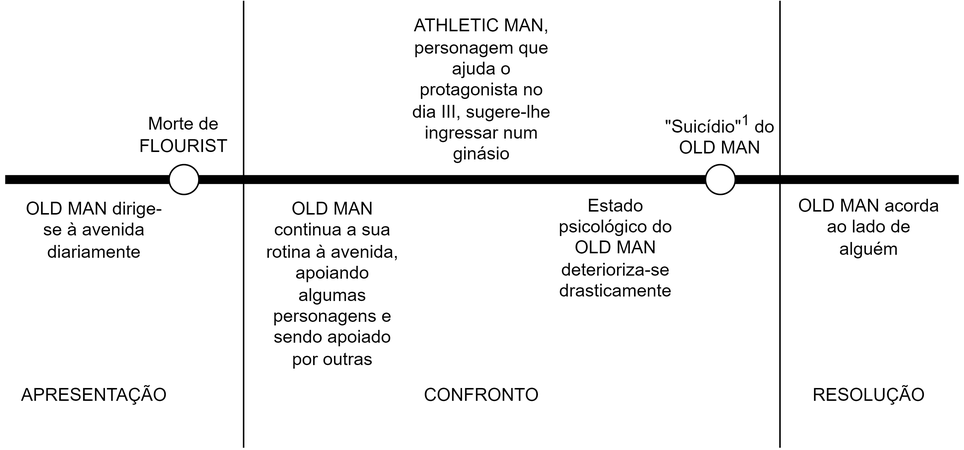
Anth0nyPereira/onegai keeps this draw.io diagram as drawio/tree act structure/tree_act_struct.drawio.png. Above is the earlier version. Source tidied: cells renumbered, new cells last; positions are measured from the earlier drawing's top-left corner, leaving out a move shared by most shapes.
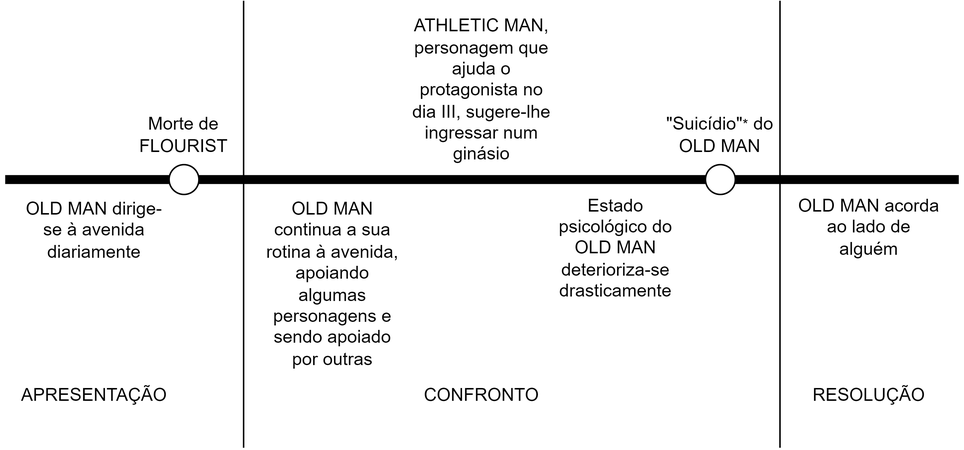
Above is the later version.

Diff of the diagram source:
```diff
@@ -48,7 +48,7 @@
     <mxCell id="13" value="Estado psicológico do OLD MAN deterioriza-se drasticamente" style="text;html=1;strokeColor=none;fillColor=none;align=center;verticalAlign=middle;whiteSpace=wrap;rounded=0;" parent="1" vertex="1">
       <mxGeometry x="360" y="136" width="100" height="60" as="geometry" />
     </mxCell>
-    <mxCell id="14" value="&quot;Suicídio&quot;&lt;sup&gt;1&lt;/sup&gt;&amp;nbsp;do OLD MAN" style="text;html=1;strokeColor=none;fillColor=none;align=center;verticalAlign=middle;whiteSpace=wrap;rounded=0;" parent="1" vertex="1">
+    <mxCell id="14" value="&quot;Suicídio&quot;&lt;span style=&quot;font-size: 10px;&quot;&gt;*&lt;/span&gt;&amp;nbsp;do OLD MAN" style="text;html=1;strokeColor=none;fillColor=none;align=center;verticalAlign=middle;whiteSpace=wrap;rounded=0;" parent="1" vertex="1">
       <mxGeometry x="430" y="60" width="100" height="60" as="geometry" />
     </mxCell>
     <mxCell id="15" value="OLD MAN acorda ao lado de alguém" style="text;html=1;strokeColor=none;fillColor=none;align=center;verticalAlign=middle;whiteSpace=wrap;rounded=0;" parent="1" vertex="1">
```
